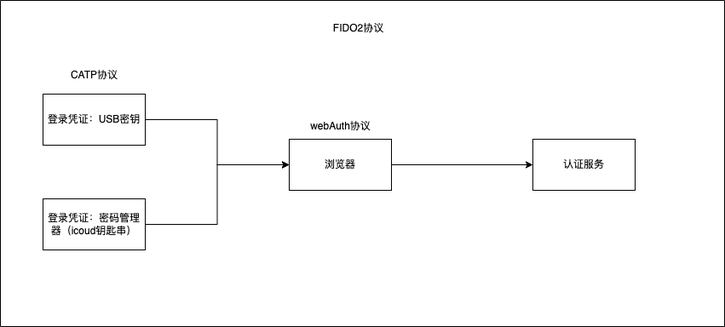
Earlier version of the draw.io export IAM:协议总览.drawio.png (JYbill/draw). Source tidied: cells renumbered, new cells last; positions are measured from the earlier drawing's top-left corner, leaving out a move shared by most shapes.
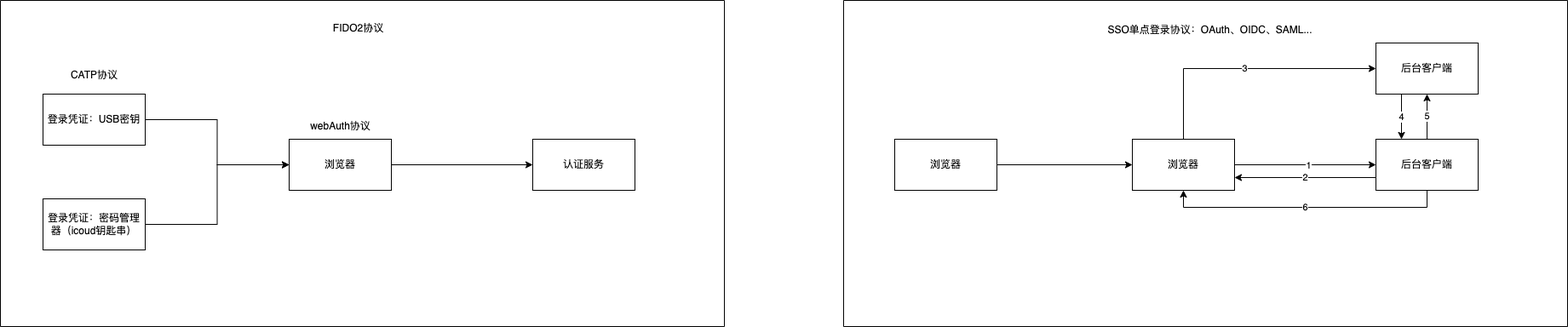
After the commit.

Commit message:
更新IAM:协议总览.drawio.png

What changed in the source:
```diff
@@ -35,5 +35,47 @@
     <mxCell id="12" value="FIDO2协议" style="text;html=1;align=center;verticalAlign=middle;strokeColor=none;fillColor=none;" parent="1" vertex="1">
       <mxGeometry x="380" y="18" width="80" height="30" as="geometry" />
     </mxCell>
+    <mxCell id="13" style="swimlane;startSize=0;" parent="1" vertex="1">
+      <mxGeometry x="990" width="850" height="383" as="geometry" />
+    </mxCell>
+    <mxCell id="14" style="edgeStyle=orthogonalEdgeStyle;rounded=0;jettySize=auto;html=1;exitX=1;exitY=0.5;exitDx=0;exitDy=0;entryX=0;entryY=0.5;entryDx=0;entryDy=0;" parent="13" edge="1" source="15" target="17">
+      <mxGeometry relative="1" as="geometry" />
+    </mxCell>
+    <mxCell id="15" value="浏览器" style="rounded=0;whiteSpace=wrap;html=1;" parent="13" vertex="1">
+      <mxGeometry x="60" y="163" width="120" height="60" as="geometry" />
+    </mxCell>
+    <mxCell id="16" value="3" style="edgeStyle=orthogonalEdgeStyle;rounded=0;jettySize=auto;html=1;exitX=0.5;exitY=0;exitDx=0;exitDy=0;entryX=0;entryY=0.5;entryDx=0;entryDy=0;" parent="13" edge="1" source="17" target="26">
+      <mxGeometry relative="1" as="geometry" />
+    </mxCell>
+    <mxCell id="17" value="浏览器" style="rounded=0;whiteSpace=wrap;html=1;" parent="13" vertex="1">
+      <mxGeometry x="339" y="163" width="120" height="60" as="geometry" />
+    </mxCell>
+    <mxCell id="18" value="2" style="edgeStyle=orthogonalEdgeStyle;rounded=0;jettySize=auto;html=1;exitX=0;exitY=0.75;exitDx=0;exitDy=0;entryX=1;entryY=0.75;entryDx=0;entryDy=0;" parent="13" edge="1" source="21" target="17">
+      <mxGeometry relative="1" as="geometry" />
+    </mxCell>
+    <mxCell id="19" value="5" style="edgeStyle=orthogonalEdgeStyle;rounded=0;jettySize=auto;html=1;exitX=0.5;exitY=0;exitDx=0;exitDy=0;entryX=0.5;entryY=1;entryDx=0;entryDy=0;" parent="13" edge="1" source="21" target="26">
+      <mxGeometry relative="1" as="geometry" />
+    </mxCell>
+    <mxCell id="20" value="6" style="edgeStyle=orthogonalEdgeStyle;rounded=0;jettySize=auto;html=1;exitX=0.5;exitY=1;exitDx=0;exitDy=0;entryX=0.5;entryY=1;entryDx=0;entryDy=0;" parent="13" edge="1" source="21" target="17">
+      <mxGeometry relative="1" as="geometry" />
+    </mxCell>
+    <mxCell id="21" value="后台客户端" style="rounded=0;whiteSpace=wrap;html=1;" parent="13" vertex="1">
+      <mxGeometry x="625" y="163" width="120" height="60" as="geometry" />
+    </mxCell>
+    <mxCell id="22" style="edgeStyle=orthogonalEdgeStyle;rounded=0;jettySize=auto;html=1;exitX=1;exitY=0.5;exitDx=0;exitDy=0;" parent="13" edge="1" source="17" target="21">
+      <mxGeometry relative="1" as="geometry" />
+    </mxCell>
+    <mxCell id="23" value="1" style="edgeLabel;html=1;align=center;verticalAlign=middle;" parent="22" vertex="1">
+      <mxGeometry x="0.04" relative="1" as="geometry" />
+    </mxCell>
+    <mxCell id="24" value="SSO单点登录协议：OAuth、OIDC、SAML..." style="text;html=1;align=center;verticalAlign=middle;strokeColor=none;fillColor=none;" parent="13" vertex="1">
+      <mxGeometry x="300" y="20" width="260" height="30" as="geometry" />
+    </mxCell>
+    <mxCell id="25" value="4" style="edgeStyle=orthogonalEdgeStyle;rounded=0;jettySize=auto;html=1;exitX=0.25;exitY=1;exitDx=0;exitDy=0;entryX=0.25;entryY=0;entryDx=0;entryDy=0;" parent="13" edge="1" source="26" target="21">
+      <mxGeometry relative="1" as="geometry" />
+    </mxCell>
+    <mxCell id="26" value="后台客户端" style="rounded=0;whiteSpace=wrap;html=1;" parent="13" vertex="1">
+      <mxGeometry x="625" y="50" width="120" height="60" as="geometry" />
+    </mxCell>
   </root>
 </mxGraphModel>
```
